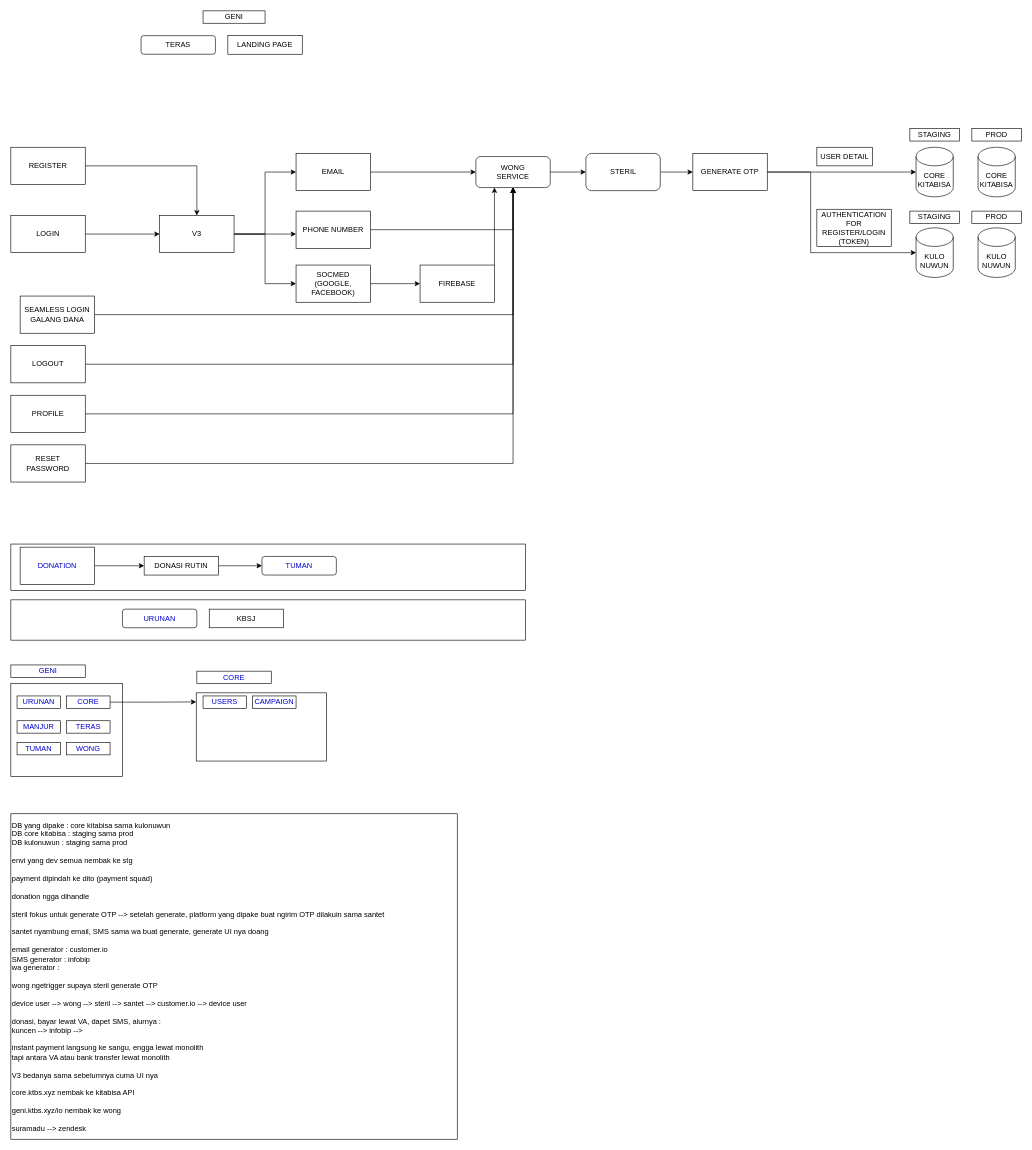
WisnuBramantyo/KTBS-Testing keeps this draw.io diagram as page "WB" (2 of 3) of KTBS-DAS-System-Diagram.drawio. Above is the earlier version. Source tidied: cells renumbered, new cells numbered last; positions are measured from the earlier drawing's top-left corner, leaving out a move shared by most shapes. Both pictures are drawn from the tidied source at 62%, with x=0, y=0 at pixel (11, 11).
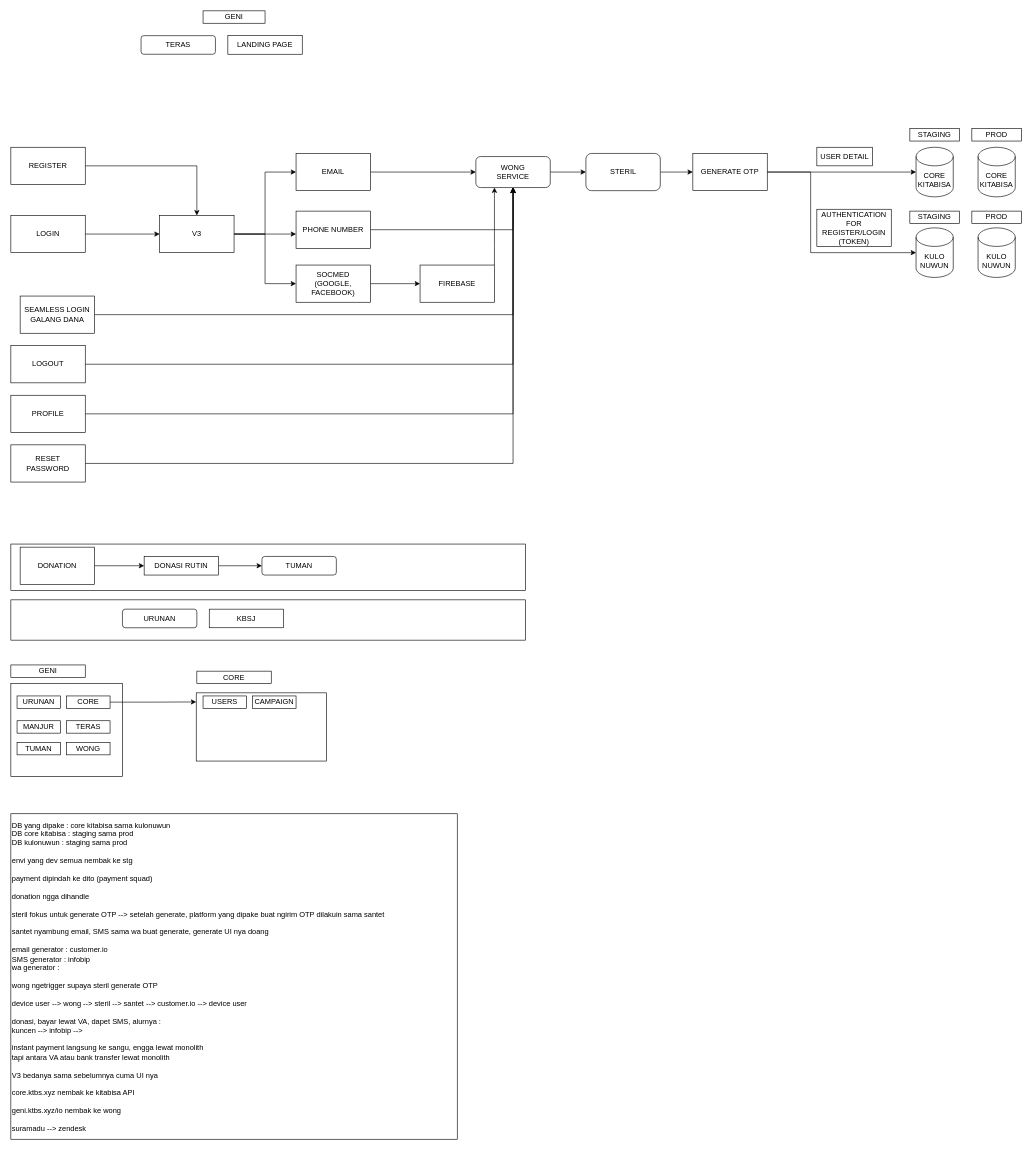
The same page after the edit.

The edit, as a diff of the source:
```diff
@@
-    <mxCell id="2" style="rounded=0;whiteSpace=wrap;html=1;" parent="1" vertex="1">
+    <mxCell id="2" style="rounded=0;whiteSpace=wrap;html=1;fontColor=#000000;" parent="1" vertex="1">
       <mxGeometry y="860" width="830" height="75" as="geometry" />
     </mxCell>
-    <mxCell id="3" style="rounded=0;whiteSpace=wrap;html=1;" parent="1" vertex="1">
+    <mxCell id="3" style="rounded=0;whiteSpace=wrap;html=1;fontColor=#000000;" parent="1" vertex="1">
       <mxGeometry y="950" width="830" height="65" as="geometry" />
     </mxCell>
@@
-    <mxCell id="10" style="edgeStyle=orthogonalEdgeStyle;rounded=0;jettySize=auto;html=1;" parent="1" edge="1" source="11" target="32">
+    <mxCell id="10" style="edgeStyle=orthogonalEdgeStyle;rounded=0;jettySize=auto;html=1;fontColor=#000000;" parent="1" edge="1" source="11" target="32">
       <mxGeometry relative="1" as="geometry" />
     </mxCell>
-    <mxCell id="11" value="&lt;font color=&quot;#0000cc&quot;&gt;DONATION&lt;/font&gt;" style="rounded=0;whiteSpace=wrap;html=1;" parent="1" vertex="1">
+    <mxCell id="11" value="&lt;font&gt;DONATION&lt;/font&gt;" style="rounded=0;whiteSpace=wrap;html=1;fontColor=#000000;" parent="1" vertex="1">
       <mxGeometry x="15" y="865" width="120" height="60" as="geometry" />
     </mxCell>
-    <mxCell id="12" style="rounded=0;whiteSpace=wrap;html=1;" parent="1" vertex="1">
+    <mxCell id="12" style="rounded=0;whiteSpace=wrap;html=1;fontColor=#000000;" parent="1" vertex="1">
       <mxGeometry y="1085" width="180" height="150" as="geometry" />
     </mxCell>
-    <mxCell id="13" style="rounded=0;whiteSpace=wrap;html=1;" parent="1" vertex="1">
+    <mxCell id="13" style="rounded=0;whiteSpace=wrap;html=1;fontColor=#000000;" parent="1" vertex="1">
       <mxGeometry x="299" y="1100" width="210" height="110" as="geometry" />
     </mxCell>
-    <mxCell id="14" value="&lt;font style=&quot;font-size: 12px&quot; color=&quot;#0000cc&quot;&gt;URUNAN&lt;/font&gt;" style="rounded=0;whiteSpace=wrap;html=1;" parent="1" vertex="1">
+    <mxCell id="14" value="&lt;font style=&quot;font-size: 12px&quot;&gt;URUNAN&lt;/font&gt;" style="rounded=0;whiteSpace=wrap;html=1;fontColor=#000000;" parent="1" vertex="1">
       <mxGeometry x="10" y="1105" width="70" height="20" as="geometry" />
     </mxCell>
-    <mxCell id="15" style="edgeStyle=orthogonalEdgeStyle;rounded=0;jettySize=auto;html=1;entryX=0;entryY=0.133;entryDx=0;entryDy=0;entryPerimeter=0;" parent="1" edge="1" source="16" target="13">
+    <mxCell id="15" style="edgeStyle=orthogonalEdgeStyle;rounded=0;jettySize=auto;html=1;entryX=0;entryY=0.133;entryDx=0;entryDy=0;entryPerimeter=0;fontColor=#000000;" parent="1" edge="1" source="16" target="13">
       <mxGeometry relative="1" as="geometry" />
     </mxCell>
-    <mxCell id="16" value="&lt;font style=&quot;font-size: 12px&quot; color=&quot;#0000cc&quot;&gt;CORE&lt;/font&gt;" style="rounded=0;whiteSpace=wrap;html=1;" parent="1" vertex="1">
+    <mxCell id="16" value="&lt;font style=&quot;font-size: 12px&quot;&gt;CORE&lt;/font&gt;" style="rounded=0;whiteSpace=wrap;html=1;fontColor=#000000;" parent="1" vertex="1">
       <mxGeometry x="90" y="1105" width="70" height="20" as="geometry" />
     </mxCell>
-    <mxCell id="17" value="&lt;font style=&quot;font-size: 12px&quot; color=&quot;#0000cc&quot;&gt;MANJUR&lt;/font&gt;" style="rounded=0;whiteSpace=wrap;html=1;" parent="1" vertex="1">
+    <mxCell id="17" value="&lt;font style=&quot;font-size: 12px&quot;&gt;MANJUR&lt;/font&gt;" style="rounded=0;whiteSpace=wrap;html=1;fontColor=#000000;" parent="1" vertex="1">
       <mxGeometry x="10" y="1145" width="70" height="20" as="geometry" />
     </mxCell>
-    <mxCell id="18" value="&lt;font style=&quot;font-size: 12px&quot; color=&quot;#0000cc&quot;&gt;TERAS&lt;/font&gt;" style="rounded=0;whiteSpace=wrap;html=1;" parent="1" vertex="1">
+    <mxCell id="18" value="&lt;font style=&quot;font-size: 12px&quot;&gt;TERAS&lt;/font&gt;" style="rounded=0;whiteSpace=wrap;html=1;fontColor=#000000;" parent="1" vertex="1">
       <mxGeometry x="90" y="1145" width="70" height="20" as="geometry" />
     </mxCell>
-    <mxCell id="19" value="&lt;font style=&quot;font-size: 12px&quot; color=&quot;#0000cc&quot;&gt;TUMAN&lt;/font&gt;" style="rounded=0;whiteSpace=wrap;html=1;" parent="1" vertex="1">
+    <mxCell id="19" value="&lt;font style=&quot;font-size: 12px&quot;&gt;TUMAN&lt;/font&gt;" style="rounded=0;whiteSpace=wrap;html=1;fontColor=#000000;" parent="1" vertex="1">
       <mxGeometry x="10" y="1180" width="70" height="20" as="geometry" />
     </mxCell>
-    <mxCell id="20" value="&lt;font style=&quot;font-size: 12px&quot; color=&quot;#0000cc&quot;&gt;WONG&lt;/font&gt;" style="rounded=0;whiteSpace=wrap;html=1;" parent="1" vertex="1">
+    <mxCell id="20" value="&lt;font style=&quot;font-size: 12px&quot;&gt;WONG&lt;/font&gt;" style="rounded=0;whiteSpace=wrap;html=1;fontColor=#000000;" parent="1" vertex="1">
       <mxGeometry x="90" y="1180" width="70" height="20" as="geometry" />
     </mxCell>
-    <mxCell id="21" value="&lt;font style=&quot;font-size: 12px&quot; color=&quot;#0000cc&quot;&gt;USERS&lt;/font&gt;" style="rounded=0;whiteSpace=wrap;html=1;" parent="1" vertex="1">
+    <mxCell id="21" value="&lt;font style=&quot;font-size: 12px&quot;&gt;USERS&lt;/font&gt;" style="rounded=0;whiteSpace=wrap;html=1;fontColor=#000000;" parent="1" vertex="1">
       <mxGeometry x="310" y="1105" width="70" height="20" as="geometry" />
     </mxCell>
-    <mxCell id="22" value="&lt;font style=&quot;font-size: 12px&quot; color=&quot;#0000cc&quot;&gt;CAMPAIGN&lt;/font&gt;" style="rounded=0;whiteSpace=wrap;html=1;" parent="1" vertex="1">
+    <mxCell id="22" value="&lt;font style=&quot;font-size: 12px&quot;&gt;CAMPAIGN&lt;/font&gt;" style="rounded=0;whiteSpace=wrap;html=1;fontColor=#000000;" parent="1" vertex="1">
       <mxGeometry x="390" y="1105" width="70" height="20" as="geometry" />
     </mxCell>
-    <mxCell id="23" value="&lt;font color=&quot;#0000cc&quot;&gt;GENI&lt;/font&gt;" style="rounded=0;whiteSpace=wrap;html=1;" parent="1" vertex="1">
+    <mxCell id="23" value="&lt;font&gt;GENI&lt;/font&gt;" style="rounded=0;whiteSpace=wrap;html=1;fontColor=#000000;" parent="1" vertex="1">
       <mxGeometry y="1055" width="120" height="20" as="geometry" />
     </mxCell>
-    <mxCell id="24" value="&lt;font color=&quot;#0000cc&quot;&gt;CORE&lt;/font&gt;" style="rounded=0;whiteSpace=wrap;html=1;" parent="1" vertex="1">
+    <mxCell id="24" value="&lt;font&gt;CORE&lt;/font&gt;" style="rounded=0;whiteSpace=wrap;html=1;fontColor=#000000;" parent="1" vertex="1">
       <mxGeometry x="300" y="1065" width="120" height="20" as="geometry" />
     </mxCell>
@@
-    <mxCell id="27" value="&lt;font color=&quot;#0000cc&quot;&gt;URUNAN&lt;/font&gt;" style="rounded=1;whiteSpace=wrap;html=1;" parent="1" vertex="1">
+    <mxCell id="27" value="&lt;font&gt;URUNAN&lt;/font&gt;" style="rounded=1;whiteSpace=wrap;html=1;fontColor=#000000;" parent="1" vertex="1">
       <mxGeometry x="180" y="965" width="120" height="30" as="geometry" />
     </mxCell>
@@
-    <mxCell id="30" value="KBSJ" style="rounded=0;whiteSpace=wrap;html=1;" parent="1" vertex="1">
+    <mxCell id="30" value="KBSJ" style="rounded=0;whiteSpace=wrap;html=1;fontColor=#000000;" parent="1" vertex="1">
       <mxGeometry x="320" y="965" width="120" height="30" as="geometry" />
     </mxCell>
-    <mxCell id="31" style="edgeStyle=orthogonalEdgeStyle;rounded=0;jettySize=auto;html=1;" parent="1" edge="1" source="32" target="36">
+    <mxCell id="31" style="edgeStyle=orthogonalEdgeStyle;rounded=0;jettySize=auto;html=1;fontColor=#000000;" parent="1" edge="1" source="32" target="36">
       <mxGeometry relative="1" as="geometry" />
     </mxCell>
-    <mxCell id="32" value="DONASI RUTIN" style="rounded=0;whiteSpace=wrap;html=1;" parent="1" vertex="1">
+    <mxCell id="32" value="DONASI RUTIN" style="rounded=0;whiteSpace=wrap;html=1;fontColor=#000000;" parent="1" vertex="1">
       <mxGeometry x="215" y="880" width="120" height="30" as="geometry" />
     </mxCell>
@@
-    <mxCell id="36" value="&lt;font color=&quot;#0000cc&quot;&gt;TUMAN&lt;/font&gt;" style="rounded=1;whiteSpace=wrap;html=1;" parent="1" vertex="1">
+    <mxCell id="36" value="&lt;font&gt;TUMAN&lt;/font&gt;" style="rounded=1;whiteSpace=wrap;html=1;fontColor=#000000;" parent="1" vertex="1">
       <mxGeometry x="405" y="880" width="120" height="30" as="geometry" />
     </mxCell>
```
